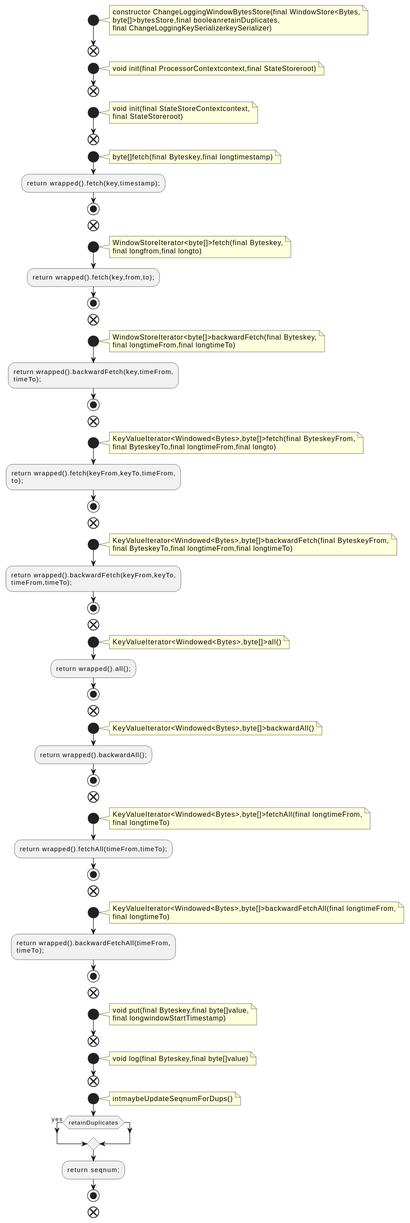
qualitesys/kafka keeps this PlantUML diagram as docs/qc/streams/src/main/java/org/apache/kafka/streams/state/internals/ChangeLoggingWindowBytesStore.java.fct.svg. Above is the earlier version.
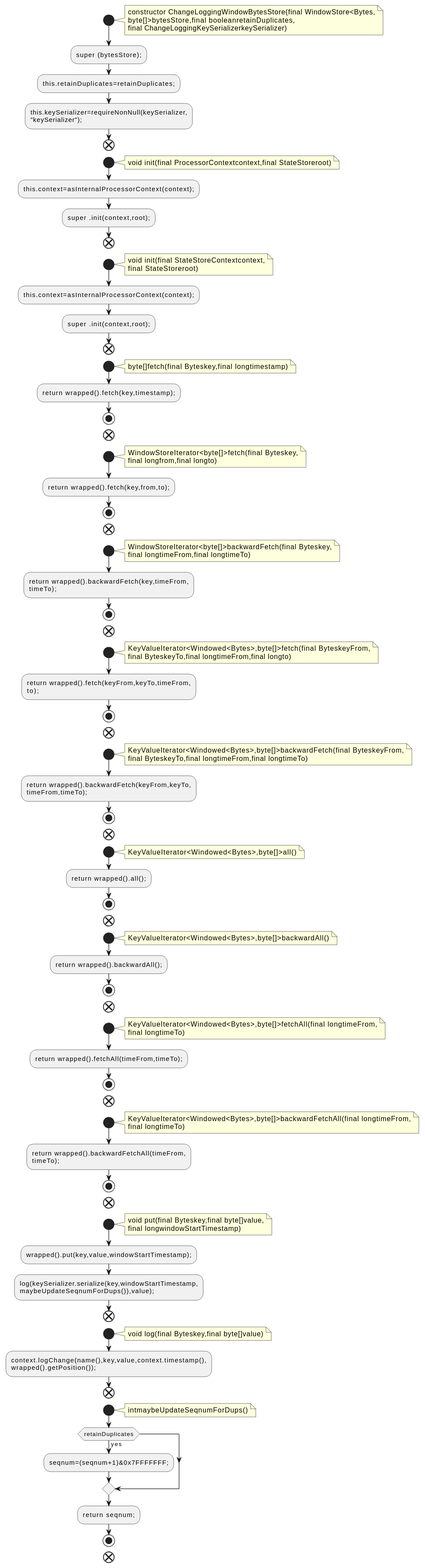
After the change.

Change to the diagram source:
```diff
@@ -6,17 +6,25 @@
 byte[]>bytesStore,final booleanretainDuplicates,
 final ChangeLoggingKeySerializerkeySerializer)
 end note
+:super (bytesStore);;
+:this.retainDuplicates=retainDuplicates;;
+:this.keySerializer=requireNonNull(keySerializer,
+"keySerializer");;
 end
 start
 note right
 void init(final ProcessorContextcontext,final StateStoreroot)
 end note
+:this.context=asInternalProcessorContext(context);;
+:super .init(context,root);;
 end
 start
 note right
 void init(final StateStoreContextcontext,
 final StateStoreroot)
 end note
+:this.context=asInternalProcessorContext(context);;
+:super .init(context,root);;
 end
 start
 note right
@@ -96,17 +104,23 @@
 void put(final Byteskey,final byte[]value,
 final longwindowStartTimestamp)
 end note
+:wrapped().put(key,value,windowStartTimestamp);;
+:log(keySerializer.serialize(key,windowStartTimestamp,
+maybeUpdateSeqnumForDups()),value);;
 end
 start
 note right
 void log(final Byteskey,final byte[]value)
 end note
+:context.logChange(name(),key,value,context.timestamp(),
+wrapped().getPosition());;
 end
 start
 note right
 intmaybeUpdateSeqnumForDups()
 end note
 if (retainDuplicates) then (yes)
+:seqnum=(seqnum+1)&0x7FFFFFFF;;
 endif
 :return seqnum;;
 stop
```
